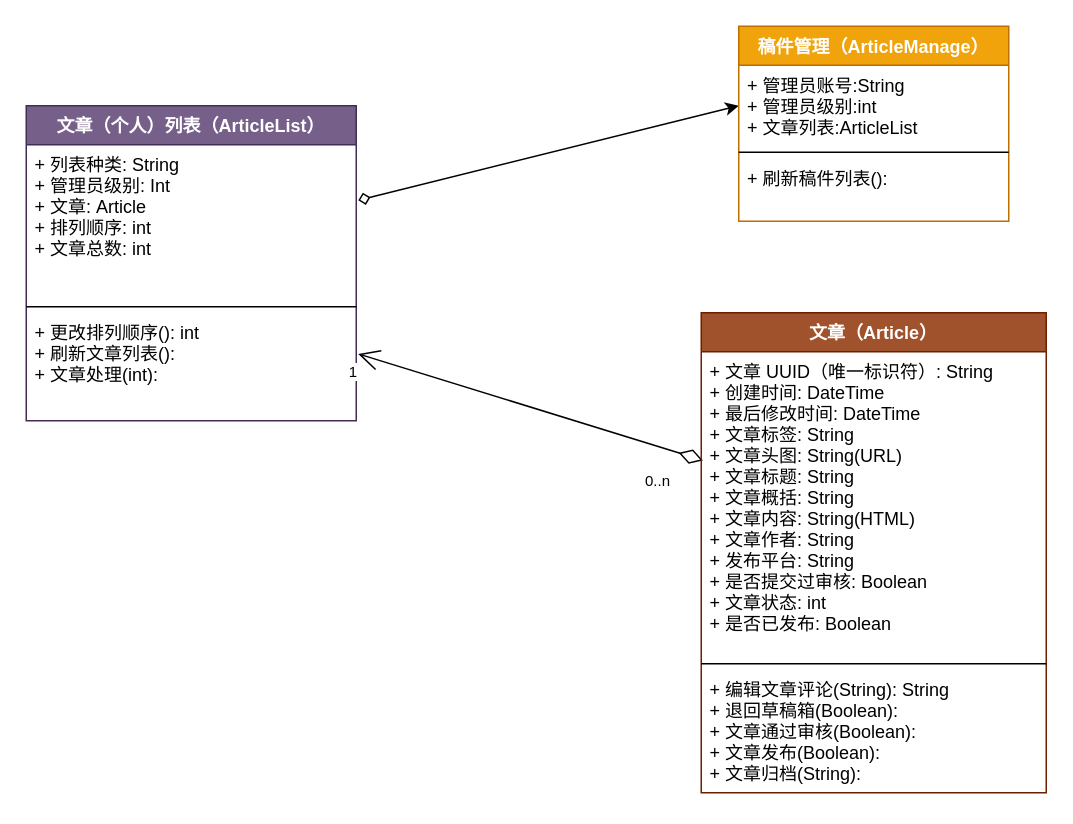
Before: 1-SoftwareRequirements/ArticleManagement/am_class.drawio in zan-press/diagram, a draw.io diagram. Source tidied: cells renumbered, new cells numbered last; positions are measured from the earlier drawing's top-left corner, leaving out a move shared by most shapes. Both pictures are drawn from the tidied source at 150%, with x=0, y=0 at pixel (26, 26).
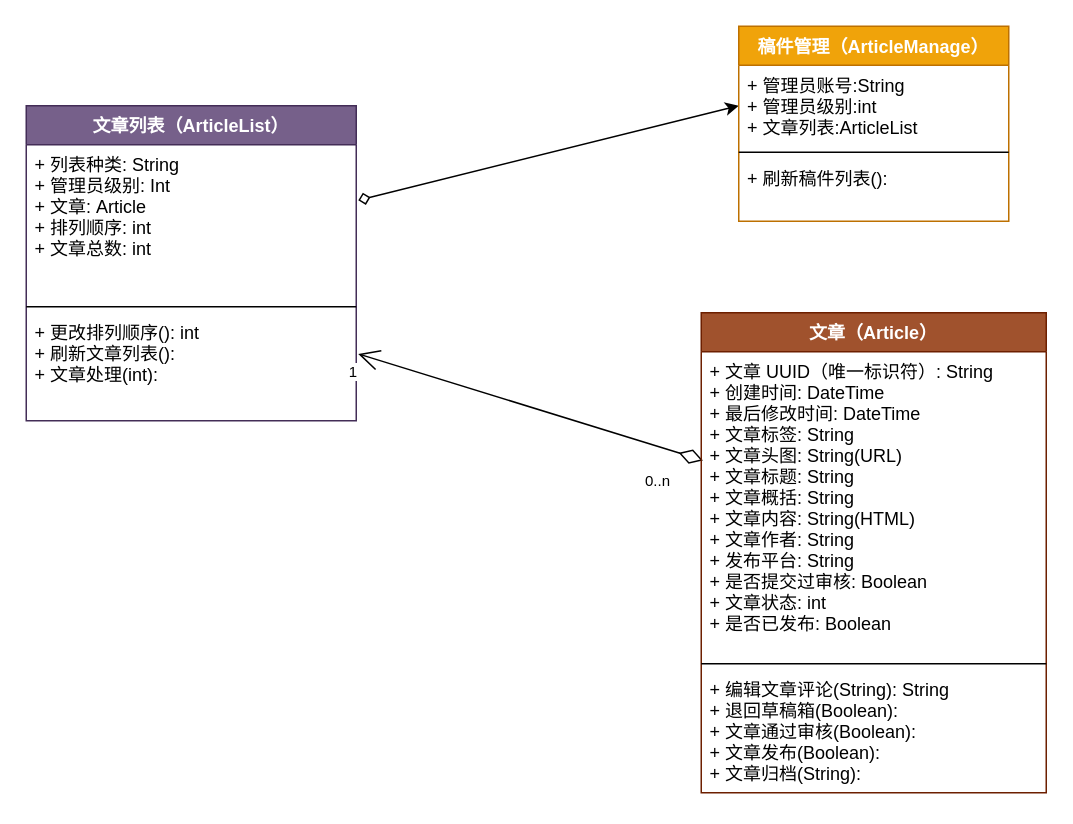
The same diagram, later.

What changed in the source:
```diff
@@
 <mxGraphModel>
   <root>
     <mxCell id="0" />
     <mxCell id="1" parent="0" />
     <mxCell id="2" style="rounded=0;jettySize=auto;html=1;exitX=1.006;exitY=0.356;exitDx=0;exitDy=0;entryX=0;entryY=0.5;entryDx=0;entryDy=0;startArrow=diamond;startFill=0;fontFamily=SF Mono;exitPerimeter=0;" parent="1" edge="1" source="4" target="15">
       <mxGeometry relative="1" as="geometry" />
     </mxCell>
-    <mxCell id="3" value="文章（个人）列表（ArticleList）" style="swimlane;fontStyle=1;align=center;verticalAlign=top;horizontal=1;startSize=26;fillColor=#76608a;strokeColor=#432D57;fontColor=#ffffff;fontFamily=SF Mono;" parent="1" vertex="1">
+    <mxCell id="3" value="文章列表（ArticleList）" style="swimlane;fontStyle=1;align=center;verticalAlign=top;horizontal=1;startSize=26;fillColor=#76608a;strokeColor=#432D57;fontColor=#ffffff;fontFamily=SF Mono;" parent="1" vertex="1">
       <mxGeometry y="53" width="220" height="210" as="geometry" />
     </mxCell>
     <mxCell id="4" value="+ 列表种类: String&#10;+ 管理员级别: Int&#10;+ 文章: Article&#10;+ 排列顺序: int&#10;+ 文章总数: int" style="text;strokeColor=none;fillColor=none;align=left;verticalAlign=top;spacingLeft=4;spacingRight=4;overflow=hidden;points=[[0,0.5],[1,0.5]];portConstraint=eastwest;spacing=2;imageAspect=1;noLabel=0;fontFamily=SF Mono;" parent="3" vertex="1">
       <mxGeometry y="26" width="220" height="104" as="geometry" />
     </mxCell>
     <mxCell id="5" style="line;strokeWidth=1;fillColor=none;align=left;verticalAlign=middle;spacingTop=-1;spacingLeft=3;spacingRight=3;labelPosition=right;fontFamily=SF Mono;" parent="3" vertex="1">
       <mxGeometry y="130" width="220" height="8" as="geometry" />
     </mxCell>
     <mxCell id="6" value="+ 更改排列顺序(): int&#10;+ 刷新文章列表():&#10;+ 文章处理(int):" style="text;strokeColor=none;fillColor=none;align=left;verticalAlign=top;spacingLeft=4;spacingRight=4;overflow=hidden;points=[[0,0.5],[1,0.5]];portConstraint=eastwest;fontFamily=SF Mono;" parent="3" vertex="1">
       <mxGeometry y="138" width="220" height="72" as="geometry" />
     </mxCell>
     <mxCell id="7" style="endArrow=open;html=1;endSize=12;startArrow=diamondThin;startSize=14;startFill=0;entryX=1.006;entryY=0.381;entryDx=0;entryDy=0;exitX=0.005;exitY=0.355;exitDx=0;exitDy=0;exitPerimeter=0;fontFamily=SF Mono;entryPerimeter=0;" parent="1" edge="1" source="11" target="6">
       <mxGeometry relative="1" as="geometry" />
     </mxCell>
     <mxCell id="8" value="0..n" style="html=1;align=left;verticalAlign=top;labelBackgroundColor=#ffffff;fontSize=10;fontFamily=SF Mono;" parent="7" vertex="1">
       <mxGeometry x="-1" relative="1" as="geometry">
         <mxPoint x="-40" y="2" as="offset" />
       </mxGeometry>
     </mxCell>
     <mxCell id="9" value="1" style="html=1;align=right;verticalAlign=top;labelBackgroundColor=#ffffff;fontSize=10;fontFamily=SF Mono;" parent="7" vertex="1">
       <mxGeometry x="1" relative="1" as="geometry" />
     </mxCell>
     <mxCell id="10" value="文章（Article）&#10;" style="swimlane;fontStyle=1;align=center;verticalAlign=top;horizontal=1;startSize=26;fillColor=#a0522d;strokeColor=#6D1F00;fontColor=#ffffff;fontFamily=SF Mono;" parent="1" vertex="1">
       <mxGeometry x="450" y="191" width="230" height="320" as="geometry" />
     </mxCell>
     <mxCell id="11" value="+ 文章 UUID（唯一标识符）: String&#10;+ 创建时间: DateTime&#10;+ 最后修改时间: DateTime&#10;+ 文章标签: String&#10;+ 文章头图: String(URL)&#10;+ 文章标题: String&#10;+ 文章概括: String&#10;+ 文章内容: String(HTML)&#10;+ 文章作者: String&#10;+ 发布平台: String&#10;+ 是否提交过审核: Boolean&#10;+ 文章状态: int&#10;+ 是否已发布: Boolean&#10;" style="text;strokeColor=none;fillColor=none;align=left;verticalAlign=top;spacingLeft=4;spacingRight=4;overflow=hidden;points=[[0,0.5],[1,0.5]];portConstraint=eastwest;spacing=2;imageAspect=1;noLabel=0;fontFamily=SF Mono;" parent="10" vertex="1">
       <mxGeometry y="26" width="230" height="204" as="geometry" />
     </mxCell>
     <mxCell id="12" style="line;strokeWidth=1;fillColor=none;align=left;verticalAlign=middle;spacingTop=-1;spacingLeft=3;spacingRight=3;labelPosition=right;fontFamily=SF Mono;" parent="10" vertex="1">
       <mxGeometry y="230" width="230" height="8" as="geometry" />
     </mxCell>
     <mxCell id="13" value="+ 编辑文章评论(String): String&#10;+ 退回草稿箱(Boolean): &#10;+ 文章通过审核(Boolean):&#10;+ 文章发布(Boolean):&#10;+ 文章归档(String):&#10;" style="text;strokeColor=none;fillColor=none;align=left;verticalAlign=top;spacingLeft=4;spacingRight=4;overflow=hidden;fontFamily=SF Mono;" parent="10" vertex="1">
       <mxGeometry y="238" width="230" height="82" as="geometry" />
     </mxCell>
     <mxCell id="14" value="稿件管理（ArticleManage）" style="swimlane;fontStyle=1;align=center;verticalAlign=top;horizontal=1;startSize=26;fillColor=#f0a30a;strokeColor=#BD7000;fontFamily=SF Mono;fontColor=#ffffff;" parent="1" vertex="1">
       <mxGeometry x="475" width="180" height="130" as="geometry" />
     </mxCell>
     <mxCell id="15" value="+ 管理员账号:String&#10;+ 管理员级别:int&#10;+ 文章列表:ArticleList" style="text;strokeColor=none;fillColor=none;align=left;verticalAlign=top;spacingLeft=4;spacingRight=4;overflow=hidden;points=[[0,0.5],[1,0.5]];portConstraint=eastwest;fontFamily=SF Mono;" parent="14" vertex="1">
       <mxGeometry y="26" width="180" height="54" as="geometry" />
     </mxCell>
     <mxCell id="16" style="line;strokeWidth=1;fillColor=none;align=left;verticalAlign=middle;spacingTop=-1;spacingLeft=3;spacingRight=3;labelPosition=right;fontFamily=SF Mono;" parent="14" vertex="1">
       <mxGeometry y="80" width="180" height="8" as="geometry" />
     </mxCell>
     <mxCell id="17" value="+ 刷新稿件列表():" style="text;strokeColor=none;fillColor=none;align=left;verticalAlign=top;spacingLeft=4;spacingRight=4;overflow=hidden;fontFamily=SF Mono;" parent="14" vertex="1">
       <mxGeometry y="88" width="180" height="42" as="geometry" />
     </mxCell>
   </root>
 </mxGraphModel>
```
